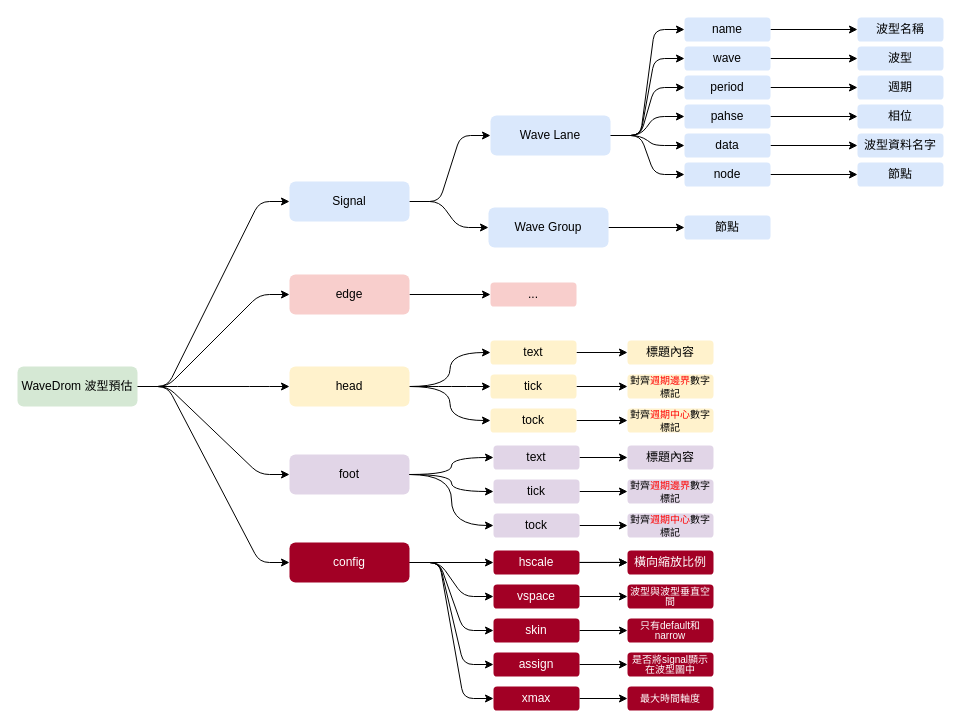
The draw.io diagram wavedrom/wavedrome_algo.drawio in YZchen3467/drawio, before the edit. Source tidied: cells renumbered, new cells numbered last; positions are measured from the earlier drawing's top-left corner, leaving out a move shared by most shapes. Both pictures are drawn from the tidied source at 100%, with x=0, y=0 at pixel (17, 17).
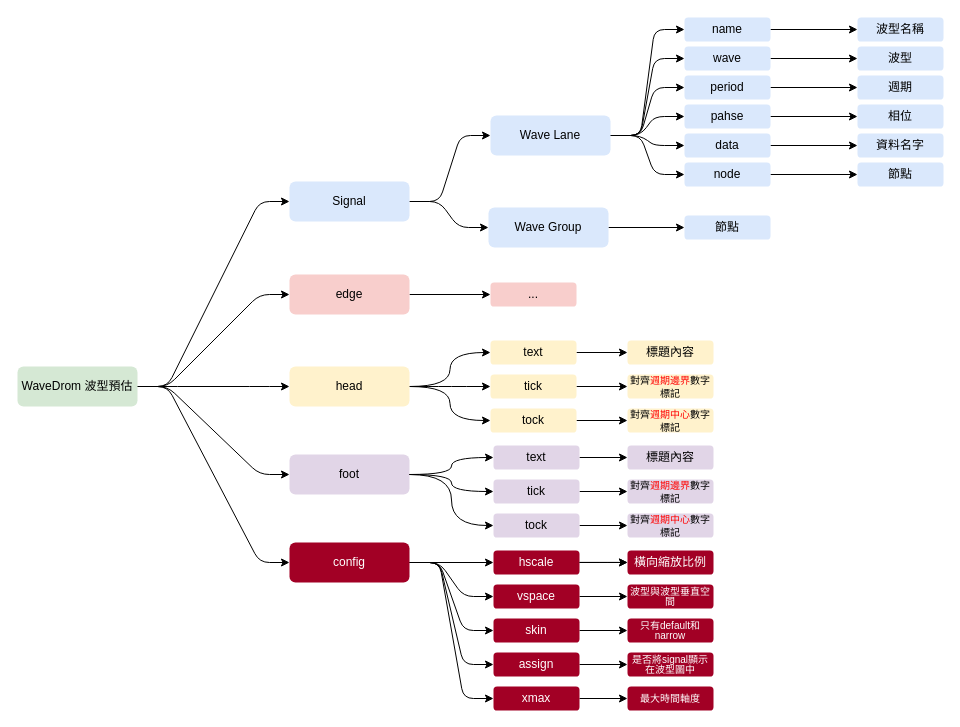
The same diagram, later.

Commit message:
updated wavedrom_algo diagram

Change to the diagram source:
```diff
@@
-    <mxCell id="50" value="波型資料名字" style="rounded=1;html=1;fillColor=#dae8fc;strokeColor=none;whiteSpace=wrap;gradientColor=none;" parent="1" vertex="1">
+    <mxCell id="50" value="資料名字" style="rounded=1;html=1;fillColor=#dae8fc;strokeColor=none;whiteSpace=wrap;gradientColor=none;" parent="1" vertex="1">
       <mxGeometry x="840" y="116" width="86" height="24" as="geometry" />
     </mxCell>
```
